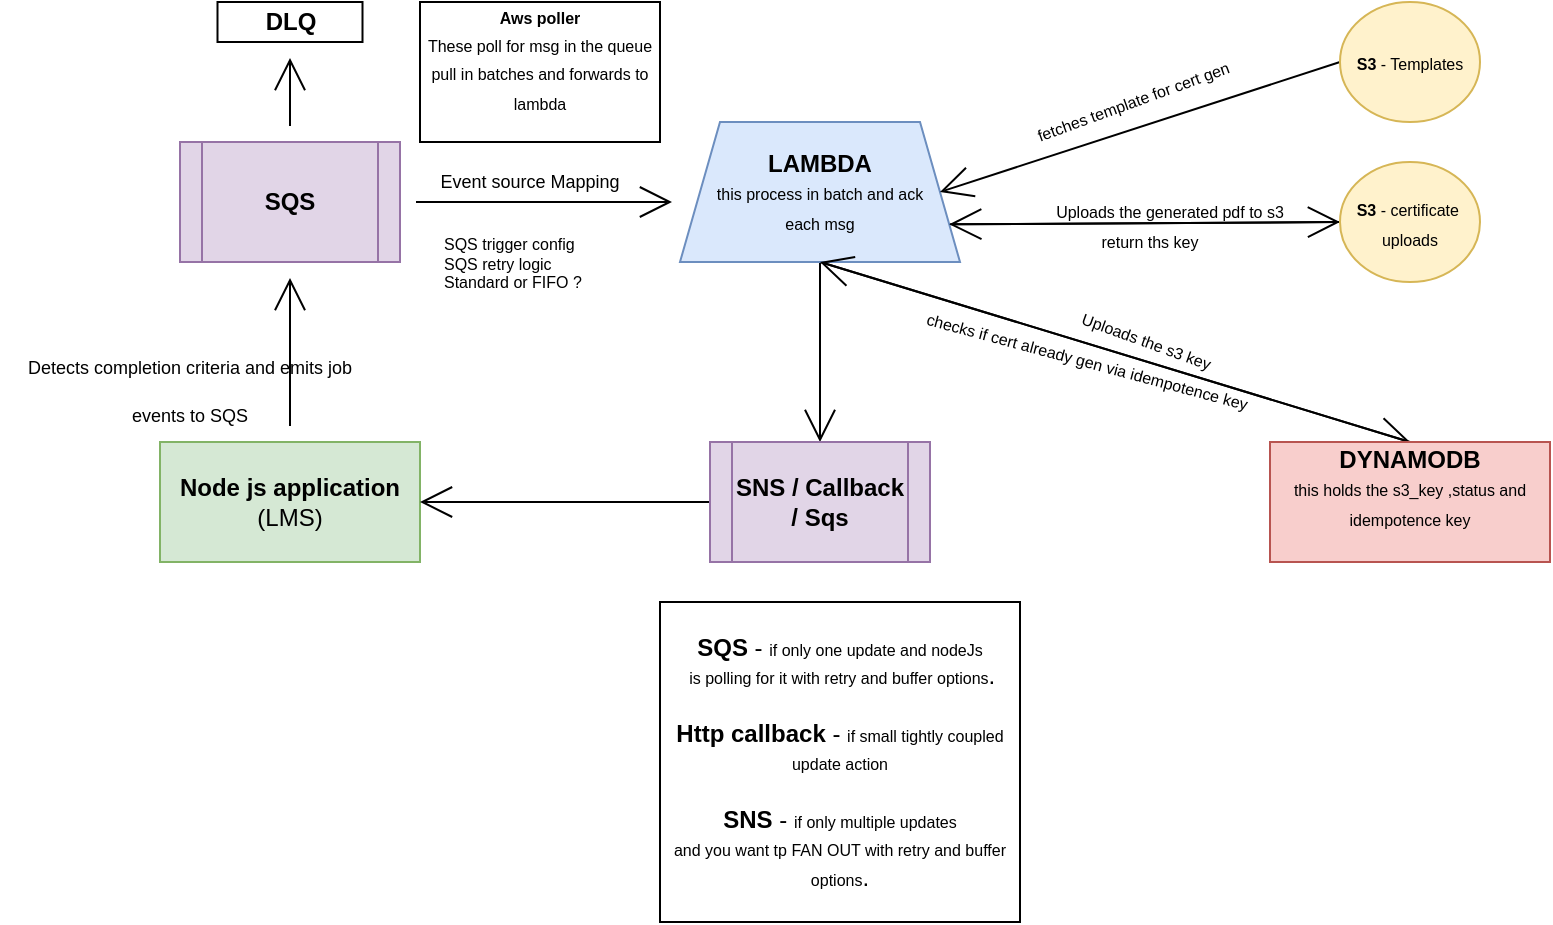
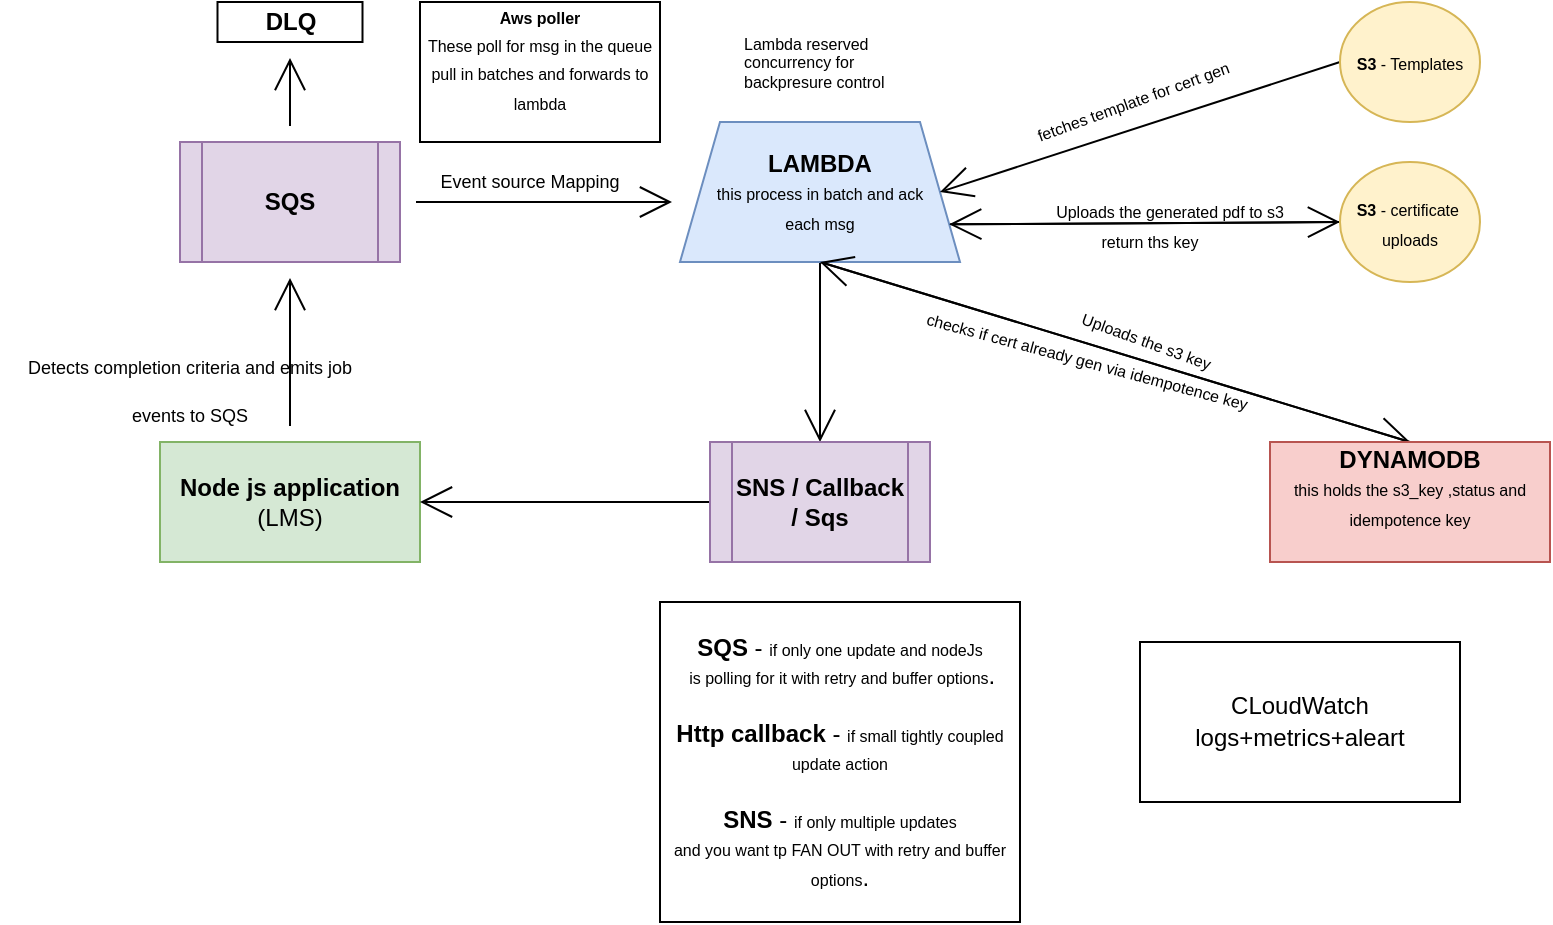
<mxfile host="app.diagrams.net">
  <diagram name="Page-1" id="F6IZr67Q-73VVXjbw4A1">
    <mxGraphModel dx="1372" dy="629" grid="1" gridSize="10" guides="1" tooltips="1" connect="1" arrows="1" fold="1" page="1" pageScale="1" pageWidth="850" pageHeight="1100" math="0" shadow="0">
      <root>
        <mxCell id="0" />
        <mxCell id="1" parent="0" />
        <mxCell id="TBFKdWsUAUS7bOd73bcL-4" edge="1" parent="1" source="TBFKdWsUAUS7bOd73bcL-1" style="edgeStyle=none;curved=1;rounded=0;orthogonalLoop=1;jettySize=auto;html=1;fontFamily=Helvetica;fontSize=16;startSize=14;endArrow=open;endSize=14;sourcePerimeterSpacing=8;targetPerimeterSpacing=8;" target="TBFKdWsUAUS7bOd73bcL-3" value="">
          <mxGeometry relative="1" as="geometry" />
        </mxCell>
        <mxCell id="TBFKdWsUAUS7bOd73bcL-1" parent="1" style="rounded=0;whiteSpace=wrap;html=1;fontFamily=Helvetica;fillColor=#d5e8d4;strokeColor=#82b366;" value="&lt;b&gt;Node js application&lt;/b&gt;&lt;br&gt;(LMS)" vertex="1">
          <mxGeometry height="60" width="130" x="100" y="250" as="geometry" />
        </mxCell>
        <mxCell id="TBFKdWsUAUS7bOd73bcL-8" edge="1" parent="1" source="TBFKdWsUAUS7bOd73bcL-3" style="edgeStyle=none;curved=1;rounded=0;orthogonalLoop=1;jettySize=auto;html=1;fontFamily=Helvetica;fontSize=16;startSize=14;endArrow=open;endSize=14;sourcePerimeterSpacing=8;targetPerimeterSpacing=8;" value="">
          <mxGeometry relative="1" as="geometry">
            <mxPoint x="356" y="130" as="targetPoint" />
          </mxGeometry>
        </mxCell>
        <mxCell id="TBFKdWsUAUS7bOd73bcL-10" edge="1" parent="1" source="TBFKdWsUAUS7bOd73bcL-3" style="edgeStyle=none;curved=1;rounded=0;orthogonalLoop=1;jettySize=auto;html=1;fontFamily=Helvetica;fontSize=16;startSize=14;endArrow=open;endSize=14;sourcePerimeterSpacing=8;targetPerimeterSpacing=8;" target="TBFKdWsUAUS7bOd73bcL-9" value="">
          <mxGeometry relative="1" as="geometry" />
        </mxCell>
        <mxCell id="TBFKdWsUAUS7bOd73bcL-3" parent="1" style="shape=process;whiteSpace=wrap;html=1;backgroundOutline=1;fontFamily=Helvetica;rounded=0;fillColor=#e1d5e7;strokeColor=#9673a6;" value="&lt;b&gt;SQS&lt;/b&gt;" vertex="1">
          <mxGeometry height="60" width="110" x="110" y="100" as="geometry" />
        </mxCell>
        <mxCell id="TBFKdWsUAUS7bOd73bcL-5" parent="1" style="text;html=1;whiteSpace=wrap;strokeColor=none;fillColor=none;align=center;verticalAlign=middle;rounded=0;fontSize=20;fontFamily=Helvetica;" value="&lt;font style=&quot;font-size: 9px;&quot;&gt;Detects completion criteria and emits job events to SQS&lt;/font&gt;" vertex="1">
          <mxGeometry height="40" width="190" x="20" y="200" as="geometry" />
        </mxCell>
        <mxCell id="TBFKdWsUAUS7bOd73bcL-9" parent="1" style="whiteSpace=wrap;html=1;fontFamily=Helvetica;rounded=0;" value="&lt;b&gt;DLQ&lt;/b&gt;" vertex="1">
          <mxGeometry height="20" width="72.5" x="128.75" y="30" as="geometry" />
        </mxCell>
        <mxCell id="TBFKdWsUAUS7bOd73bcL-11" parent="1" style="text;html=1;whiteSpace=wrap;strokeColor=none;fillColor=none;align=center;verticalAlign=middle;rounded=0;fontSize=20;fontFamily=Helvetica;" value="&lt;font style=&quot;font-size: 9px;&quot;&gt;Event source Mapping&lt;/font&gt;" vertex="1">
          <mxGeometry height="30" width="130" x="220" y="100" as="geometry" />
        </mxCell>
        <mxCell id="TBFKdWsUAUS7bOd73bcL-26" edge="1" parent="1" source="TBFKdWsUAUS7bOd73bcL-12" style="edgeStyle=none;curved=1;rounded=0;orthogonalLoop=1;jettySize=auto;html=1;exitX=0.5;exitY=1;exitDx=0;exitDy=0;entryX=0.5;entryY=0;entryDx=0;entryDy=0;fontFamily=Helvetica;fontSize=16;startSize=14;endArrow=open;endSize=14;sourcePerimeterSpacing=8;targetPerimeterSpacing=8;" target="TBFKdWsUAUS7bOd73bcL-25">
          <mxGeometry relative="1" as="geometry" />
        </mxCell>
        <mxCell id="TBFKdWsUAUS7bOd73bcL-32" edge="1" parent="1" source="TBFKdWsUAUS7bOd73bcL-12" style="edgeStyle=none;curved=1;rounded=0;orthogonalLoop=1;jettySize=auto;html=1;exitX=1;exitY=0.75;exitDx=0;exitDy=0;entryX=0;entryY=0.5;entryDx=0;entryDy=0;fontFamily=Helvetica;fontSize=16;startSize=14;endArrow=open;endSize=14;sourcePerimeterSpacing=8;targetPerimeterSpacing=8;" target="TBFKdWsUAUS7bOd73bcL-15">
          <mxGeometry relative="1" as="geometry" />
        </mxCell>
        <mxCell id="TBFKdWsUAUS7bOd73bcL-39" edge="1" parent="1" source="TBFKdWsUAUS7bOd73bcL-12" style="edgeStyle=none;curved=1;rounded=0;orthogonalLoop=1;jettySize=auto;html=1;exitX=0.5;exitY=1;exitDx=0;exitDy=0;entryX=0.5;entryY=0;entryDx=0;entryDy=0;fontFamily=Helvetica;fontSize=16;startSize=14;endArrow=open;endSize=14;sourcePerimeterSpacing=8;targetPerimeterSpacing=8;" target="TBFKdWsUAUS7bOd73bcL-38">
          <mxGeometry relative="1" as="geometry" />
        </mxCell>
        <mxCell id="TBFKdWsUAUS7bOd73bcL-12" parent="1" style="shape=trapezoid;perimeter=trapezoidPerimeter;whiteSpace=wrap;html=1;fixedSize=1;fontFamily=Helvetica;fillColor=#dae8fc;strokeColor=#6c8ebf;" value="&lt;b&gt;LAMBDA&lt;/b&gt;&lt;div&gt;&lt;font style=&quot;font-size: 8px;&quot;&gt;this process in batch and ack &lt;br&gt;each msg&lt;/font&gt;&lt;/div&gt;" vertex="1">
          <mxGeometry height="70" width="140" x="360" y="90" as="geometry" />
        </mxCell>
        <mxCell id="TBFKdWsUAUS7bOd73bcL-13" parent="1" style="rounded=0;whiteSpace=wrap;html=1;fontFamily=Helvetica;" value="&lt;font style=&quot;font-size: 8px;&quot;&gt;&lt;b&gt;Aws poller&lt;/b&gt;&lt;br&gt;These poll for msg in the queue pull in batches and forwards to lambda&lt;br&gt;&lt;/font&gt;&lt;div&gt;&lt;br&gt;&lt;/div&gt;" vertex="1">
          <mxGeometry height="70" width="120" x="230" y="30" as="geometry" />
        </mxCell>
        <mxCell id="TBFKdWsUAUS7bOd73bcL-16" edge="1" parent="1" source="TBFKdWsUAUS7bOd73bcL-14" style="edgeStyle=none;curved=1;rounded=0;orthogonalLoop=1;jettySize=auto;html=1;exitX=0;exitY=0.5;exitDx=0;exitDy=0;entryX=1;entryY=0.5;entryDx=0;entryDy=0;fontFamily=Helvetica;fontSize=16;startSize=14;endArrow=open;endSize=14;sourcePerimeterSpacing=8;targetPerimeterSpacing=8;" target="TBFKdWsUAUS7bOd73bcL-12">
          <mxGeometry relative="1" as="geometry" />
        </mxCell>
        <mxCell id="TBFKdWsUAUS7bOd73bcL-14" parent="1" style="ellipse;whiteSpace=wrap;html=1;fontFamily=Helvetica;rotation=0;fillColor=#fff2cc;strokeColor=#d6b656;" value="&lt;font style=&quot;font-size: 8px;&quot;&gt;&lt;b&gt;S3 &lt;/b&gt;- Templates&lt;/font&gt;" vertex="1">
          <mxGeometry height="60" width="70" x="690" y="30" as="geometry" />
        </mxCell>
        <mxCell id="TBFKdWsUAUS7bOd73bcL-33" edge="1" parent="1" source="TBFKdWsUAUS7bOd73bcL-15" style="edgeStyle=none;curved=1;rounded=0;orthogonalLoop=1;jettySize=auto;html=1;exitX=0;exitY=0.5;exitDx=0;exitDy=0;entryX=1;entryY=0.75;entryDx=0;entryDy=0;fontFamily=Helvetica;fontSize=16;startSize=14;endArrow=open;endSize=14;sourcePerimeterSpacing=8;targetPerimeterSpacing=8;" target="TBFKdWsUAUS7bOd73bcL-12">
          <mxGeometry relative="1" as="geometry" />
        </mxCell>
        <mxCell id="TBFKdWsUAUS7bOd73bcL-15" parent="1" style="ellipse;whiteSpace=wrap;html=1;fontFamily=Helvetica;rotation=0;fillColor=#fff2cc;strokeColor=#d6b656;" value="&lt;font style=&quot;font-size: 8px;&quot;&gt;&lt;b&gt;S3 &lt;/b&gt;- certificate&amp;nbsp;&lt;br&gt;uploads&lt;/font&gt;" vertex="1">
          <mxGeometry height="60" width="70" x="690" y="110" as="geometry" />
        </mxCell>
        <mxCell id="TBFKdWsUAUS7bOd73bcL-18" parent="1" style="text;html=1;whiteSpace=wrap;strokeColor=none;fillColor=none;align=center;verticalAlign=middle;rounded=0;fontSize=20;fontFamily=Helvetica;rotation=0;" value="&lt;font style=&quot;font-size: 8px;&quot;&gt;Uploads the generated pdf to s3&lt;/font&gt;" vertex="1">
          <mxGeometry height="30" width="130" x="540" y="115" as="geometry" />
        </mxCell>
        <mxCell id="TBFKdWsUAUS7bOd73bcL-22" parent="1" style="text;html=1;whiteSpace=wrap;strokeColor=none;fillColor=none;align=center;verticalAlign=middle;rounded=0;fontSize=20;fontFamily=Helvetica;rotation=-20;" value="&lt;font style=&quot;font-size: 8px;&quot;&gt;fetches template for cert gen&lt;/font&gt;" vertex="1">
          <mxGeometry height="30" width="130" x="520.000322500969" y="59.99669862795709" as="geometry" />
        </mxCell>
-         <mxCell id="TBFKdWsUAUS7bOd73bcL-24" parent="1" style="text;whiteSpace=wrap;fontFamily=Helvetica;fontSize=8;" value="SQS trigger config&#xa;SQS retry logic&#xa;Standard or FIFO ?" vertex="1">
-           <mxGeometry height="40" width="80" x="240" y="140" as="geometry" />
+         <mxCell id="TBFKdWsUAUS7bOd73bcL-24" parent="1" style="text;whiteSpace=wrap;fontFamily=Helvetica;fontSize=8;" value="&#xa;Lambda reserved concurrency for backpresure control&#xa;&#xa;" vertex="1">
+           <mxGeometry height="45" width="80" x="390" y="30" as="geometry" />
        </mxCell>
        <mxCell id="TBFKdWsUAUS7bOd73bcL-27" edge="1" parent="1" source="TBFKdWsUAUS7bOd73bcL-25" style="edgeStyle=none;curved=1;rounded=0;orthogonalLoop=1;jettySize=auto;html=1;exitX=0.5;exitY=0;exitDx=0;exitDy=0;entryX=0.5;entryY=1;entryDx=0;entryDy=0;fontFamily=Helvetica;fontSize=16;startSize=14;endArrow=open;endSize=14;sourcePerimeterSpacing=8;targetPerimeterSpacing=8;" target="TBFKdWsUAUS7bOd73bcL-12">
          <mxGeometry relative="1" as="geometry" />
        </mxCell>
        <mxCell id="TBFKdWsUAUS7bOd73bcL-25" parent="1" style="rounded=0;whiteSpace=wrap;html=1;fontFamily=Helvetica;fillColor=#f8cecc;strokeColor=#b85450;" value="&lt;b&gt;DYNAMODB&lt;/b&gt;&lt;div&gt;&lt;font style=&quot;font-size: 8px;&quot;&gt;this holds the s3_key ,status and idempotence key&lt;/font&gt;&lt;br&gt;&lt;div&gt;&lt;br&gt;&lt;/div&gt;&lt;/div&gt;" vertex="1">
          <mxGeometry height="60" width="140" x="655" y="250" as="geometry" />
        </mxCell>
        <mxCell id="TBFKdWsUAUS7bOd73bcL-20" parent="1" style="text;html=1;whiteSpace=wrap;strokeColor=none;fillColor=none;align=center;verticalAlign=middle;rounded=0;fontSize=20;fontFamily=Helvetica;rotation=0;" value="&lt;font style=&quot;font-size: 8px;&quot;&gt;return ths key&lt;/font&gt;" vertex="1">
          <mxGeometry height="30" width="130" x="530.000322500969" y="129.99669862795707" as="geometry" />
        </mxCell>
        <mxCell id="TBFKdWsUAUS7bOd73bcL-34" parent="1" style="text;html=1;whiteSpace=wrap;strokeColor=none;fillColor=none;align=center;verticalAlign=middle;rounded=0;fontSize=20;fontFamily=Helvetica;rotation=20;" value="&lt;span style=&quot;font-size: 8px;&quot;&gt;Uploads the s3 key&lt;/span&gt;" vertex="1">
          <mxGeometry height="30" width="130" x="530.000322500969" y="179.99669862795704" as="geometry" />
        </mxCell>
        <mxCell id="TBFKdWsUAUS7bOd73bcL-35" parent="1" style="text;html=1;whiteSpace=wrap;strokeColor=none;fillColor=none;align=center;verticalAlign=middle;rounded=0;fontSize=20;fontFamily=Helvetica;rotation=15;" value="&lt;font style=&quot;font-size: 8px;&quot;&gt;checks if cert already gen via idempotence key&lt;/font&gt;" vertex="1">
          <mxGeometry height="30" width="190" x="470" y="190" as="geometry" />
        </mxCell>
        <mxCell id="TBFKdWsUAUS7bOd73bcL-40" edge="1" parent="1" source="TBFKdWsUAUS7bOd73bcL-38" style="edgeStyle=none;curved=1;rounded=0;orthogonalLoop=1;jettySize=auto;html=1;exitX=0;exitY=0.5;exitDx=0;exitDy=0;entryX=1;entryY=0.5;entryDx=0;entryDy=0;fontFamily=Helvetica;fontSize=16;startSize=14;endArrow=open;endSize=14;sourcePerimeterSpacing=8;targetPerimeterSpacing=8;" target="TBFKdWsUAUS7bOd73bcL-1">
          <mxGeometry relative="1" as="geometry" />
        </mxCell>
        <mxCell id="TBFKdWsUAUS7bOd73bcL-38" parent="1" style="shape=process;whiteSpace=wrap;html=1;backgroundOutline=1;fontFamily=Helvetica;rounded=0;fillColor=#e1d5e7;strokeColor=#9673a6;" value="&lt;b&gt;SNS / Callback / Sqs&lt;/b&gt;" vertex="1">
          <mxGeometry height="60" width="110" x="375" y="250" as="geometry" />
        </mxCell>
        <mxCell id="TBFKdWsUAUS7bOd73bcL-46" parent="1" style="rounded=0;whiteSpace=wrap;html=1;fontFamily=Helvetica;" value="&lt;b&gt;SQS&lt;/b&gt; - &lt;font style=&quot;font-size: 8px;&quot;&gt;if only one update and nodeJs&lt;br&gt;&amp;nbsp;is polling for it with retry and buffer options&lt;/font&gt;.&lt;br&gt;&lt;br&gt;&lt;b&gt;Http callback&lt;/b&gt; - &lt;font style=&quot;font-size: 8px;&quot;&gt;if small tightly coupled update action&lt;br&gt;&lt;/font&gt;&lt;br&gt;&lt;div&gt;&lt;b&gt;SNS&lt;/b&gt;&amp;nbsp;-&amp;nbsp;&lt;font style=&quot;font-size: 8px;&quot;&gt;if only multiple updates &lt;br&gt;and you want tp FAN OUT with retry and buffer options&lt;/font&gt;.&lt;/div&gt;" vertex="1">
          <mxGeometry height="160" width="180" x="350" y="330" as="geometry" />
        </mxCell>
+         <mxCell id="cQQGWbXrMNJ4xKem90he-2" parent="1" style="rounded=0;whiteSpace=wrap;html=1;fontFamily=Architects Daughter;fontSource=https%3A%2F%2Ffonts.googleapis.com%2Fcss%3Ffamily%3DArchitects%2BDaughter;" value="&lt;font face=&quot;Helvetica&quot;&gt;CLoudWatch&lt;br&gt;logs+metrics+aleart&lt;/font&gt;" vertex="1">
+           <mxGeometry height="80" width="160" x="590" y="350" as="geometry" />
+         </mxCell>
      </root>
    </mxGraphModel>
  </diagram>
</mxfile>
